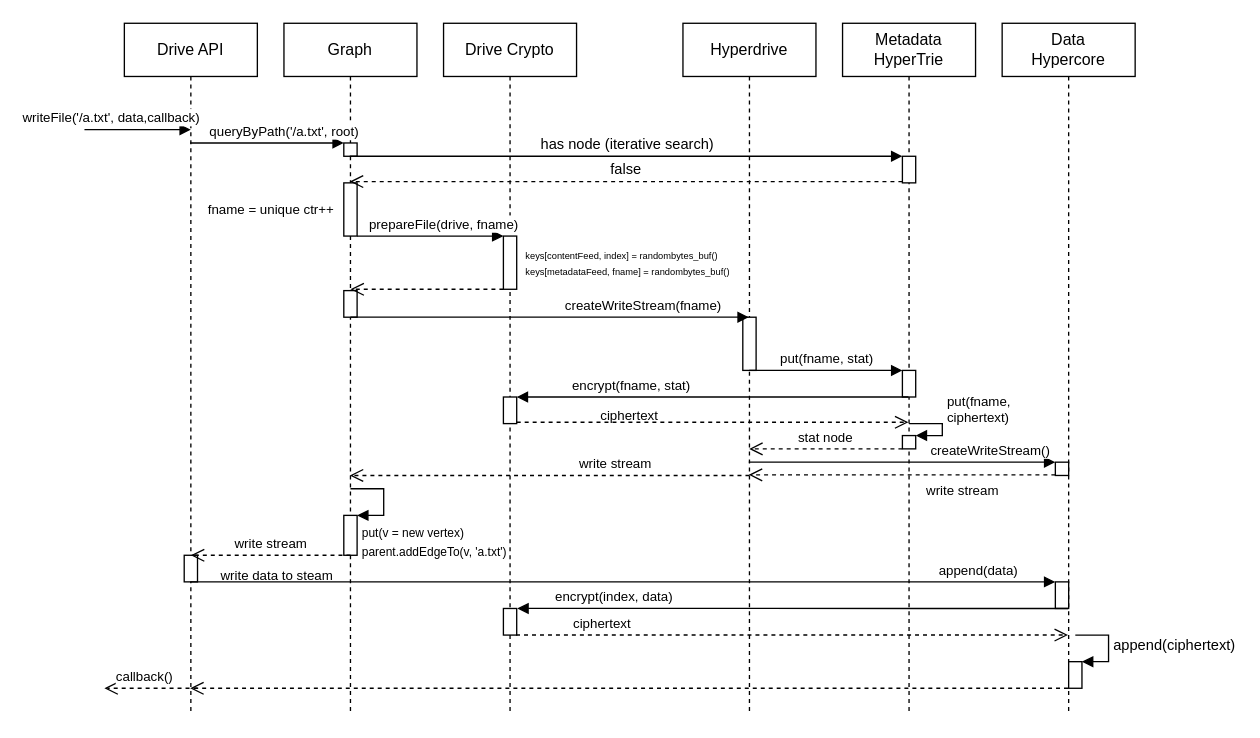
This is docs/architecture-write.drawio from fsteff/certacrypt, a draw.io file, before an edit. Source tidied: cells renumbered, new cells numbered last; positions are measured from the earlier drawing's top-left corner, leaving out a move shared by most shapes. Both pictures are drawn from the tidied source at 133%, with x=0, y=0 at pixel (84, 23).
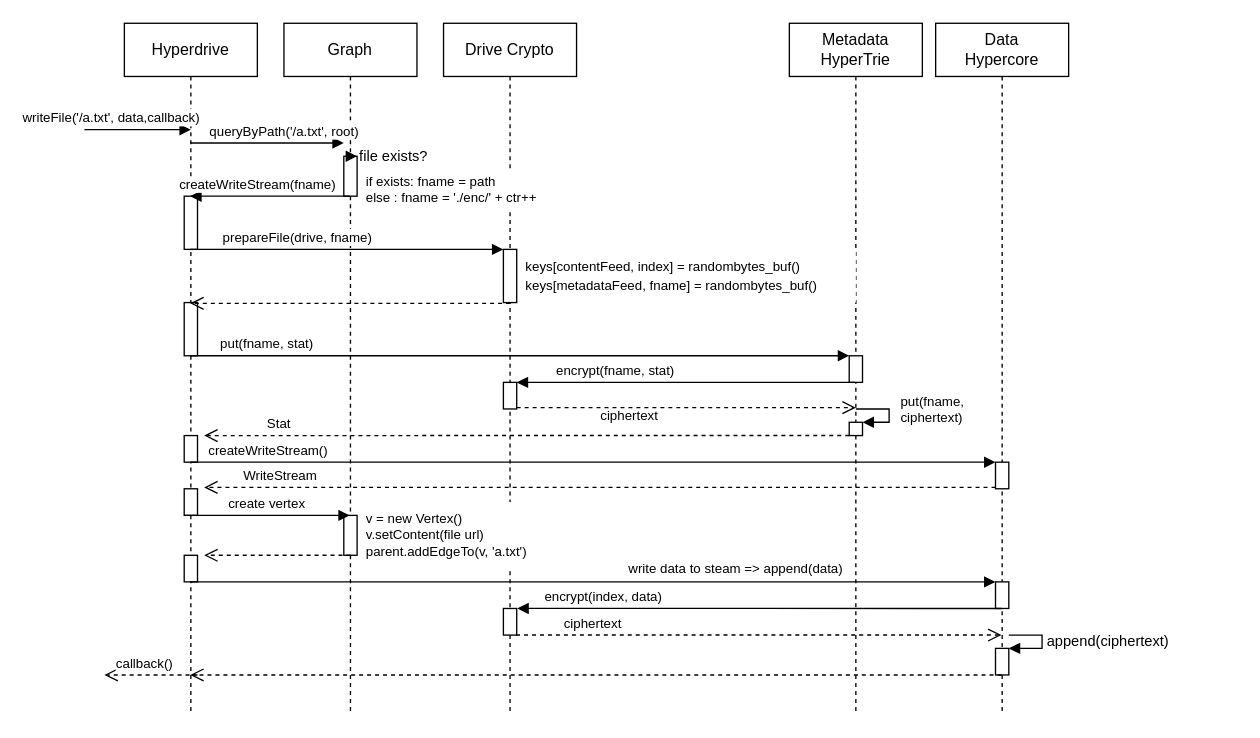
The same diagram, later.

Unchanged cells that the change refers to:
```xml
<mxCell id="18" value="Graph" style="shape=umlLifeline;perimeter=lifelinePerimeter;whiteSpace=wrap;html=1;outlineConnect=0;" parent="1" vertex="1">
  <mxGeometry x="150" width="100" height="520" as="geometry" />
</mxCell>
<mxCell id="22" style="html=1;points=[];perimeter=orthogonalPerimeter;" parent="18" vertex="1">
  <mxGeometry x="45" y="370" width="10" height="30" as="geometry" />
</mxCell>
<mxCell id="25" value="Drive Crypto" style="shape=umlLifeline;perimeter=lifelinePerimeter;whiteSpace=wrap;html=1;" parent="1" vertex="1">
  <mxGeometry x="270" width="100" height="520" as="geometry" />
</mxCell>
```

Change to the diagram source:
```diff
@@
-    <mxCell id="2" value="Drive API" style="shape=umlLifeline;perimeter=lifelinePerimeter;whiteSpace=wrap;html=1;outlineConnect=0;" parent="1" vertex="1">
+    <mxCell id="2" value="Hyperdrive" style="shape=umlLifeline;perimeter=lifelinePerimeter;whiteSpace=wrap;html=1;outlineConnect=0;" parent="1" vertex="1">
       <mxGeometry x="30" width="100" height="520" as="geometry" />
     </mxCell>
@@
     <mxCell id="4" value="callback()" style="html=1;verticalAlign=bottom;endArrow=open;dashed=1;endSize=8;fontSize=10;" parent="2" edge="1">
       <mxGeometry x="0.14" relative="1" as="geometry">
-        <mxPoint x="55" y="500" as="sourcePoint" />
-        <mxPoint x="-15" y="500" as="targetPoint" />
+        <mxPoint x="55" y="490" as="sourcePoint" />
+        <mxPoint x="-15" y="490" as="targetPoint" />
       </mxGeometry>
     </mxCell>
-    <mxCell id="5" value="Hyperdrive" style="shape=umlLifeline;perimeter=lifelinePerimeter;whiteSpace=wrap;html=1;outlineConnect=0;" parent="1" vertex="1">
-      <mxGeometry x="450" width="100" height="520" as="geometry" />
-    </mxCell>
-    <mxCell id="6" style="html=1;perimeter=orthogonalPerimeter;fontSize=10;align=left;" parent="5" vertex="1">
-      <mxGeometry x="45" y="221" width="10" height="40" as="geometry" />
+    <mxCell id="6" style="html=1;perimeter=orthogonalPerimeter;fontSize=10;align=left;" parent="2" vertex="1">
+      <mxGeometry x="45" y="130" width="10" height="40" as="geometry" />
     </mxCell>
+    <mxCell id="19" style="html=1;perimeter=orthogonalPerimeter;" parent="2" vertex="1">
+      <mxGeometry x="45" y="210" width="10" height="40" as="geometry" />
+    </mxCell>
+    <mxCell id="50" style="html=1;perimeter=orthogonalPerimeter;strokeColor=#000000;fillColor=#ffffff;fontSize=11;" parent="2" vertex="1">
+      <mxGeometry x="45" y="310" width="10" height="20" as="geometry" />
+    </mxCell>
     <mxCell id="7" value="Metadata&lt;br&gt;HyperTrie" style="shape=umlLifeline;perimeter=lifelinePerimeter;whiteSpace=wrap;html=1;outlineConnect=0;" parent="1" vertex="1">
-      <mxGeometry x="570" width="100" height="520" as="geometry" />
+      <mxGeometry x="530" width="100" height="520" as="geometry" />
     </mxCell>
     <mxCell id="8" style="html=1;points=[];perimeter=orthogonalPerimeter;fontSize=10;align=left;" parent="7" vertex="1">
-      <mxGeometry x="45" y="261" width="10" height="20" as="geometry" />
+      <mxGeometry x="45" y="250" width="10" height="20" as="geometry" />
     </mxCell>
     <mxCell id="9" style="html=1;points=[];perimeter=orthogonalPerimeter;fontSize=10;align=left;" parent="7" vertex="1">
-      <mxGeometry x="45" y="310" width="10" height="10" as="geometry" />
+      <mxGeometry x="45" y="300" width="10" height="10" as="geometry" />
     </mxCell>
     <mxCell id="10" value="put(fname, &lt;br&gt;ciphertext)" style="edgeStyle=orthogonalEdgeStyle;html=1;align=left;spacingLeft=2;endArrow=block;rounded=0;entryX=1;entryY=0;fontSize=10;" parent="7" edge="1" target="9">
-      <mxGeometry x="-0.07" y="11" relative="1" as="geometry">
-        <mxPoint x="50" y="301" as="sourcePoint" />
+      <mxGeometry x="-0.09" y="5" relative="1" as="geometry">
+        <mxPoint x="50" y="290" as="sourcePoint" />
         <Array as="points">
-          <mxPoint x="75" y="301" />
-          <mxPoint x="75" y="310" />
-          <mxPoint x="55" y="310" />
+          <mxPoint x="75" y="290" />
+          <mxPoint x="75" y="300" />
         </Array>
-        <mxPoint x="-11" y="-11" as="offset" />
       </mxGeometry>
     </mxCell>
-    <mxCell id="11" style="html=1;points=[];perimeter=orthogonalPerimeter;fillColor=#ffffff;align=left;" parent="7" vertex="1">
-      <mxGeometry x="45" y="100" width="10" height="20" as="geometry" />
-    </mxCell>
     <mxCell id="12" value="Data&lt;br&gt;Hypercore" style="shape=umlLifeline;perimeter=lifelinePerimeter;whiteSpace=wrap;html=1;outlineConnect=0;" parent="1" vertex="1">
-      <mxGeometry x="690" width="100" height="520" as="geometry" />
+      <mxGeometry x="640" width="100" height="520" as="geometry" />
     </mxCell>
     <mxCell id="13" style="html=1;points=[];perimeter=orthogonalPerimeter;fontSize=10;align=left;" parent="12" vertex="1">
-      <mxGeometry x="40" y="330" width="10" height="10" as="geometry" />
+      <mxGeometry x="45" y="330" width="10" height="20" as="geometry" />
     </mxCell>
     <mxCell id="14" style="html=1;points=[];perimeter=orthogonalPerimeter;fontSize=10;align=left;" parent="12" vertex="1">
-      <mxGeometry x="40" y="420" width="10" height="20" as="geometry" />
+      <mxGeometry x="45" y="420" width="10" height="20" as="geometry" />
     </mxCell>
     <mxCell id="15" style="html=1;points=[];perimeter=orthogonalPerimeter;" parent="12" vertex="1">
-      <mxGeometry x="50" y="480" width="10" height="20" as="geometry" />
+      <mxGeometry x="45" y="470" width="10" height="20" as="geometry" />
     </mxCell>
     <mxCell id="16" value="append(ciphertext)" style="edgeStyle=orthogonalEdgeStyle;html=1;align=left;spacingLeft=2;endArrow=block;rounded=0;entryX=1;entryY=0;" parent="12" edge="1" target="15">
       <mxGeometry relative="1" as="geometry">
         <mxPoint x="55" y="460" as="sourcePoint" />
         <Array as="points">
           <mxPoint x="80" y="460" />
+          <mxPoint x="80" y="470" />
+          <mxPoint x="55" y="470" />
         </Array>
       </mxGeometry>
     </mxCell>
@@
-    <mxCell id="19" style="html=1;perimeter=orthogonalPerimeter;" parent="18" vertex="1">
-      <mxGeometry x="45" y="201" width="10" height="20" as="geometry" />
-    </mxCell>
-    <mxCell id="20" style="html=1;points=[];perimeter=orthogonalPerimeter;" parent="18" vertex="1">
-      <mxGeometry x="45" y="90" width="10" height="10" as="geometry" />
-    </mxCell>
-    <mxCell id="21" style="html=1;points=[];perimeter=orthogonalPerimeter;fontSize=10;align=left;" parent="18" vertex="1">
-      <mxGeometry x="45" y="120" width="10" height="40" as="geometry" />
-    </mxCell>
@@
-    <mxCell id="23" value="&lt;span style=&quot;background-color: rgb(255 , 255 , 255) ; font-size: 9px&quot;&gt;put(v = new vertex)&lt;br&gt;parent.addEdgeTo(v, 'a.txt')&lt;br&gt;&lt;/span&gt;" style="edgeStyle=orthogonalEdgeStyle;html=1;align=left;spacingLeft=2;endArrow=block;rounded=0;entryX=1;entryY=0;" parent="18" edge="1" target="22">
-      <mxGeometry x="1" y="20" relative="1" as="geometry">
-        <mxPoint x="50" y="350" as="sourcePoint" />
-        <Array as="points">
-          <mxPoint x="50" y="350" />
-          <mxPoint x="75" y="350" />
-          <mxPoint x="75" y="370" />
-        </Array>
-      </mxGeometry>
-    </mxCell>
-    <mxCell id="24" value="write data to steam" style="text;html=1;strokeColor=none;fillColor=none;align=center;verticalAlign=middle;whiteSpace=wrap;rounded=0;fontSize=10;" parent="18" vertex="1">
-      <mxGeometry x="-50" y="410" width="90" height="10" as="geometry" />
-    </mxCell>
+    <mxCell id="51" style="html=1;points=[];perimeter=orthogonalPerimeter;" parent="18" vertex="1">
+      <mxGeometry x="45" y="100" width="10" height="30" as="geometry" />
+    </mxCell>
+    <mxCell id="52" value="file exists?" style="edgeStyle=orthogonalEdgeStyle;html=1;align=left;spacingLeft=2;endArrow=block;rounded=0;entryX=1;entryY=0;" parent="18" edge="1" source="18" target="51">
+      <mxGeometry relative="1" as="geometry">
+        <Array as="points">
+          <mxPoint x="80" y="90" />
+          <mxPoint x="80" y="100" />
+        </Array>
+      </mxGeometry>
+    </mxCell>
+    <mxCell id="30" style="html=1;verticalAlign=bottom;endArrow=open;dashed=1;endSize=8;exitX=0;exitY=0.95;" parent="18" edge="1" target="2">
+      <mxGeometry relative="1" as="geometry">
+        <mxPoint x="170" y="210.6" as="sourcePoint" />
+      </mxGeometry>
+    </mxCell>
@@
     <mxCell id="26" style="html=1;points=[];perimeter=orthogonalPerimeter;" parent="25" vertex="1">
-      <mxGeometry x="45" y="160" width="10" height="40" as="geometry" />
+      <mxGeometry x="45" y="170" width="10" height="40" as="geometry" />
     </mxCell>
     <mxCell id="27" style="html=1;points=[];perimeter=orthogonalPerimeter;fontSize=10;align=left;" parent="25" vertex="1">
-      <mxGeometry x="45" y="281" width="10" height="20" as="geometry" />
+      <mxGeometry x="45" y="270" width="10" height="20" as="geometry" />
     </mxCell>
@@
-    <mxCell id="29" value="&lt;font style=&quot;font-size: 10px&quot;&gt;prepareFile(drive, fname)&lt;/font&gt;" style="html=1;verticalAlign=bottom;endArrow=block;entryX=0;entryY=0;exitX=1.002;exitY=1;exitDx=0;exitDy=0;exitPerimeter=0;" parent="1" edge="1" source="21" target="26">
-      <mxGeometry x="0.18" relative="1" as="geometry" />
+    <mxCell id="29" value="&lt;font style=&quot;font-size: 10px&quot;&gt;prepareFile(drive, fname)&lt;/font&gt;" style="html=1;verticalAlign=bottom;endArrow=block;entryX=0;entryY=0;" parent="1" edge="1" source="2" target="26">
+      <mxGeometry x="-0.32" relative="1" as="geometry" />
     </mxCell>
-    <mxCell id="30" style="html=1;verticalAlign=bottom;endArrow=open;dashed=1;endSize=8;exitX=0;exitY=0.95;" parent="1" edge="1">
-      <mxGeometry relative="1" as="geometry">
-        <mxPoint x="315" y="200" as="sourcePoint" />
-        <mxPoint x="200" y="200" as="targetPoint" />
-      </mxGeometry>
-    </mxCell>
-    <mxCell id="31" value="&lt;font style=&quot;font-size: 10px&quot;&gt;queryByPath('/a.txt', root)&lt;/font&gt;" style="html=1;verticalAlign=bottom;endArrow=block;entryX=0;entryY=0;" parent="1" edge="1" source="2" target="20">
-      <mxGeometry x="0.22" relative="1" as="geometry" />
+    <mxCell id="31" value="&lt;font style=&quot;font-size: 10px&quot;&gt;queryByPath('/a.txt', root)&lt;/font&gt;" style="html=1;verticalAlign=bottom;endArrow=block;entryX=0;entryY=0;" parent="1" edge="1" source="2">
+      <mxGeometry x="0.22" relative="1" as="geometry">
+        <mxPoint x="195" y="90" as="targetPoint" />
+      </mxGeometry>
     </mxCell>
-    <mxCell id="32" value="&lt;font style=&quot;font-size: 10px&quot;&gt;fname = unique ctr++&lt;br&gt;&lt;/font&gt;" style="text;html=1;strokeColor=none;fillColor=none;align=right;verticalAlign=middle;whiteSpace=wrap;rounded=0;" parent="1" vertex="1">
-      <mxGeometry x="60" y="130" width="130" height="20" as="geometry" />
+    <mxCell id="32" value="&lt;div style=&quot;font-size: 10px&quot;&gt;&lt;font style=&quot;font-size: 10px&quot;&gt;if exists: fname = path&lt;/font&gt;&lt;/div&gt;&lt;font style=&quot;font-size: 10px&quot;&gt;&lt;div&gt;else : fname = './enc/' + ctr++&lt;/div&gt;&lt;/font&gt;" style="text;html=1;align=left;verticalAlign=middle;whiteSpace=wrap;rounded=0;fillColor=#ffffff;strokeColor=#FFFFFF;" parent="1" vertex="1">
+      <mxGeometry x="210" y="110" width="160" height="30" as="geometry" />
     </mxCell>
-    <mxCell id="33" value="&lt;font style=&quot;font-size: 7px&quot;&gt;keys[contentFeed, index] = randombytes_buf()&lt;br&gt;keys[metadataFeed, fname] = randombytes_buf()&lt;/font&gt;" style="text;html=1;strokeColor=none;fillColor=none;align=left;verticalAlign=middle;whiteSpace=wrap;rounded=0;fontSize=10;" parent="1" vertex="1">
-      <mxGeometry x="330" y="150" width="160" height="60" as="geometry" />
+    <mxCell id="33" value="&lt;font style=&quot;font-size: 10px&quot;&gt;keys[contentFeed, index] = randombytes_buf()&lt;br&gt;keys[metadataFeed, fname] = randombytes_buf()&lt;/font&gt;" style="text;html=1;strokeColor=none;align=left;verticalAlign=middle;whiteSpace=wrap;rounded=0;fontSize=11;fillColor=#ffffff;" parent="1" vertex="1">
+      <mxGeometry x="330" y="170" width="250" height="40" as="geometry" />
     </mxCell>
-    <mxCell id="34" value="createWriteStream(fname)" style="html=1;verticalAlign=bottom;endArrow=block;fontSize=10;" parent="1" edge="1">
-      <mxGeometry x="0.47" relative="1" as="geometry">
-        <mxPoint x="200" y="221" as="sourcePoint" />
-        <mxPoint x="499.5" y="221" as="targetPoint" />
+    <mxCell id="34" value="createWriteStream(fname)" style="html=1;verticalAlign=bottom;endArrow=block;fontSize=10;" parent="1" edge="1" source="18" target="2">
+      <mxGeometry x="0.16" relative="1" as="geometry">
+        <Array as="points">
+          <mxPoint x="110" y="130" />
+        </Array>
       </mxGeometry>
     </mxCell>
-    <mxCell id="35" value="put(fname, stat)" style="html=1;verticalAlign=bottom;endArrow=block;entryX=0;entryY=0;fontSize=10;" parent="1" edge="1" target="8">
-      <mxGeometry relative="1" as="geometry">
-        <mxPoint x="499.8" y="261" as="sourcePoint" />
-      </mxGeometry>
+    <mxCell id="35" value="put(fname, stat)" style="html=1;verticalAlign=bottom;endArrow=block;entryX=0;entryY=0;fontSize=10;" parent="1" edge="1" source="2" target="8">
+      <mxGeometry x="-0.77" relative="1" as="geometry" />
     </mxCell>
     <mxCell id="36" value="encrypt(fname, stat)" style="html=1;verticalAlign=bottom;endArrow=block;entryX=1;entryY=0;fontSize=10;" parent="1" edge="1" target="27">
       <mxGeometry x="0.42" relative="1" as="geometry">
-        <mxPoint x="619.5" y="281" as="sourcePoint" />
+        <mxPoint x="579" y="270" as="sourcePoint" />
       </mxGeometry>
     </mxCell>
     <mxCell id="37" style="html=1;verticalAlign=bottom;endArrow=open;dashed=1;endSize=8;exitX=1;exitY=0.95;fontSize=10;" parent="1" edge="1" source="27">
       <mxGeometry relative="1" as="geometry">
-        <mxPoint x="619.5" y="300" as="targetPoint" />
+        <mxPoint x="580" y="289" as="targetPoint" />
       </mxGeometry>
     </mxCell>
-    <mxCell id="38" value="stat node" style="html=1;verticalAlign=bottom;endArrow=open;dashed=1;endSize=8;fontSize=10;" parent="1" edge="1">
-      <mxGeometry relative="1" as="geometry">
-        <mxPoint x="615" y="320" as="sourcePoint" />
-        <mxPoint x="499.8" y="320" as="targetPoint" />
+    <mxCell id="38" value="Stat" style="html=1;verticalAlign=bottom;endArrow=open;dashed=1;endSize=8;fontSize=10;exitX=0.45;exitY=0.596;exitDx=0;exitDy=0;exitPerimeter=0;" parent="1" edge="1" source="7">
+      <mxGeometry x="0.77" relative="1" as="geometry">
+        <mxPoint x="90" y="310" as="targetPoint" />
       </mxGeometry>
     </mxCell>
-    <mxCell id="39" value="write stream" style="html=1;verticalAlign=bottom;endArrow=open;dashed=1;endSize=8;fontSize=10;" parent="1" edge="1" target="18">
-      <mxGeometry x="-0.33" relative="1" as="geometry">
-        <mxPoint x="500" y="340" as="sourcePoint" />
-      </mxGeometry>
-    </mxCell>
@@
-    <mxCell id="41" value="write stream" style="html=1;verticalAlign=bottom;endArrow=open;dashed=1;endSize=8;fontSize=10;" parent="1" edge="1">
+    <mxCell id="41" style="html=1;verticalAlign=bottom;endArrow=open;dashed=1;endSize=8;fontSize=10;" parent="1" edge="1">
       <mxGeometry relative="1" as="geometry">
         <mxPoint x="200" y="400" as="sourcePoint" />
-        <mxPoint x="80" y="400" as="targetPoint" />
+        <mxPoint x="90" y="400" as="targetPoint" />
       </mxGeometry>
     </mxCell>
-    <mxCell id="42" value="write stream" style="html=1;verticalAlign=bottom;endArrow=open;dashed=1;endSize=8;exitX=0;exitY=0.95;fontSize=10;" parent="1" edge="1" source="13" target="5">
-      <mxGeometry x="-0.39" y="20" relative="1" as="geometry" />
+    <mxCell id="42" value="WriteStream" style="html=1;verticalAlign=bottom;endArrow=open;dashed=1;endSize=8;exitX=0;exitY=0.95;fontSize=10;" parent="1" edge="1" source="13">
+      <mxGeometry x="0.81" relative="1" as="geometry">
+        <mxPoint x="90" y="349" as="targetPoint" />
+      </mxGeometry>
     </mxCell>
-    <mxCell id="43" value="createWriteStream()" style="html=1;verticalAlign=bottom;endArrow=block;entryX=0;entryY=0;fontSize=10;" parent="1" edge="1" source="5" target="13">
-      <mxGeometry x="0.57" relative="1" as="geometry" />
+    <mxCell id="43" value="createWriteStream()" style="html=1;verticalAlign=bottom;endArrow=block;entryX=0;entryY=0;fontSize=10;" parent="1" edge="1" source="2" target="13">
+      <mxGeometry x="-0.81" relative="1" as="geometry">
+        <Array as="points">
+          <mxPoint x="410" y="330" />
+        </Array>
+      </mxGeometry>
     </mxCell>
-    <mxCell id="44" value="append(data)" style="html=1;verticalAlign=bottom;endArrow=block;entryX=0;entryY=0;fontSize=10;" parent="1" edge="1" source="2" target="14">
+    <mxCell id="44" style="html=1;verticalAlign=bottom;endArrow=block;entryX=0;entryY=0;fontSize=10;" parent="1" edge="1" source="2" target="14">
       <mxGeometry x="0.82" relative="1" as="geometry">
         <Array as="points">
           <mxPoint x="270" y="420" />
         </Array>
       </mxGeometry>
     </mxCell>
@@
     <mxCell id="47" style="html=1;verticalAlign=bottom;endArrow=open;dashed=1;endSize=8;fontSize=10;" parent="1" edge="1" source="12" target="2">
       <mxGeometry relative="1" as="geometry">
         <Array as="points">
-          <mxPoint x="350" y="500" />
+          <mxPoint x="610" y="490" />
+          <mxPoint x="350" y="490" />
         </Array>
       </mxGeometry>
     </mxCell>
-    <mxCell id="48" value="has node (iterative search)" style="html=1;verticalAlign=bottom;endArrow=block;entryX=0;entryY=0;" parent="1" edge="1" source="18" target="11">
-      <mxGeometry relative="1" as="geometry" />
-    </mxCell>
-    <mxCell id="49" value="false" style="html=1;verticalAlign=bottom;endArrow=open;dashed=1;endSize=8;exitX=0;exitY=0.95;" parent="1" edge="1" source="11" target="18">
-      <mxGeometry relative="1" as="geometry" />
-    </mxCell>
+    <mxCell id="53" style="html=1;perimeter=orthogonalPerimeter;strokeColor=#000000;fillColor=#ffffff;fontSize=11;" parent="1" vertex="1">
+      <mxGeometry x="75" y="350" width="10" height="20" as="geometry" />
+    </mxCell>
+    <mxCell id="54" value="&lt;font style=&quot;font-size: 10px&quot;&gt;create vertex&lt;/font&gt;" style="html=1;verticalAlign=bottom;endArrow=block;fontSize=11;" parent="1" edge="1" target="18">
+      <mxGeometry relative="1" as="geometry">
+        <mxPoint x="75" y="370" as="sourcePoint" />
+      </mxGeometry>
+    </mxCell>
+    <mxCell id="55" value="&lt;div style=&quot;font-size: 10px&quot;&gt;&lt;span&gt;&lt;font style=&quot;font-size: 10px&quot;&gt;v = new Vertex()&lt;br&gt;v.setContent(file url)&lt;/font&gt;&lt;/span&gt;&lt;/div&gt;&lt;font style=&quot;font-size: 10px&quot;&gt;parent.addEdgeTo(v, 'a.txt')&lt;/font&gt;" style="text;html=1;strokeColor=none;align=left;verticalAlign=middle;whiteSpace=wrap;rounded=0;fontSize=11;fillColor=#ffffff;" parent="1" vertex="1">
+      <mxGeometry x="210" y="360" width="150" height="50" as="geometry" />
+    </mxCell>
+    <mxCell id="24" value="write data to steam =&amp;gt; append(data)" style="text;html=1;strokeColor=none;fillColor=none;align=center;verticalAlign=middle;whiteSpace=wrap;rounded=0;fontSize=10;" parent="1" vertex="1">
+      <mxGeometry x="380" y="400" width="220" height="20" as="geometry" />
+    </mxCell>
```
